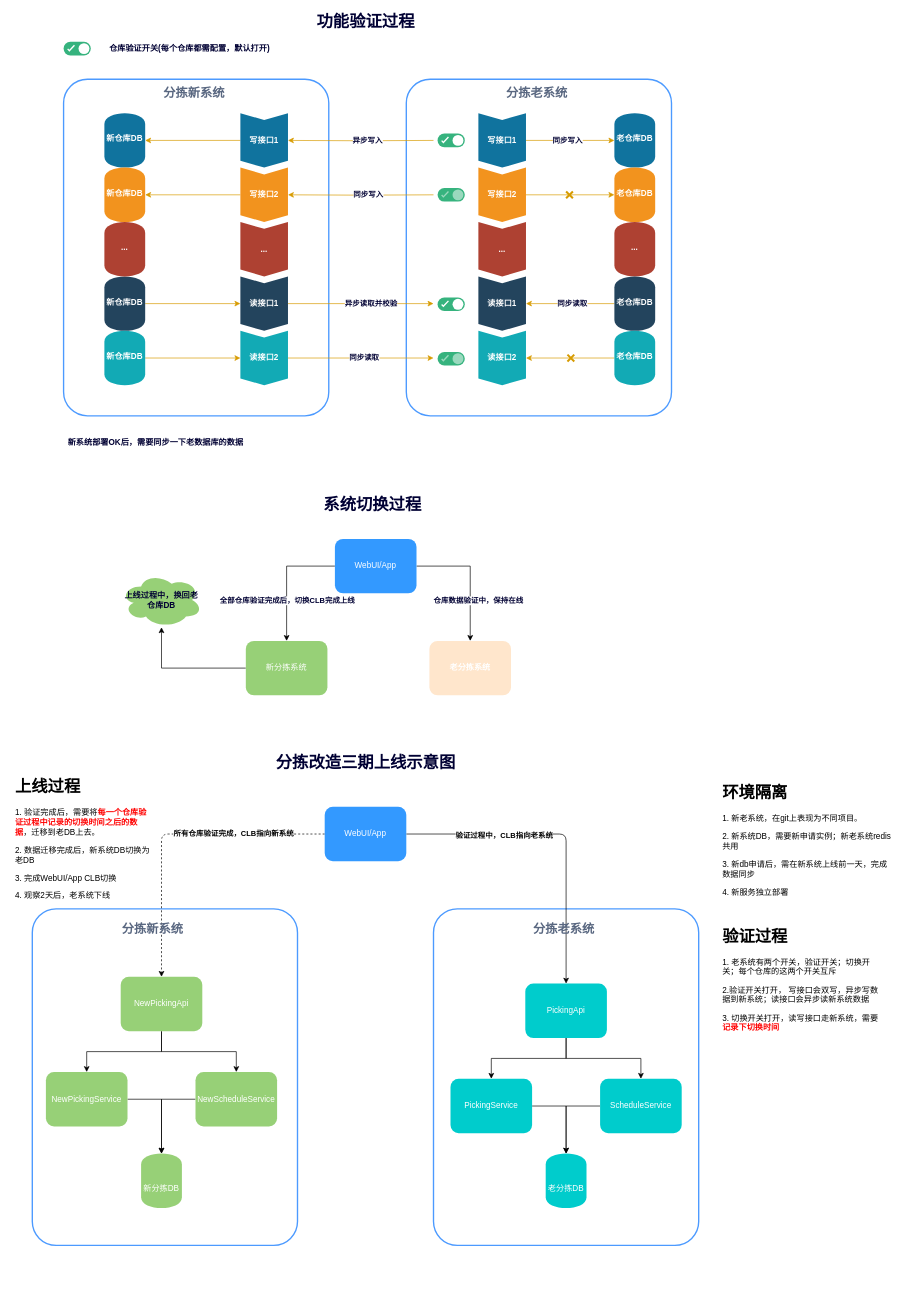
The draw.io diagram 分拣三期切换.drawio in frakaka/mybatis-3, before the edit. Source tidied: cells renumbered, new cells numbered last; positions are measured from the earlier drawing's top-left corner, leaving out a move shared by most shapes. Both pictures are drawn from the tidied source at 68%, with x=0, y=0 at pixel (12, 12).
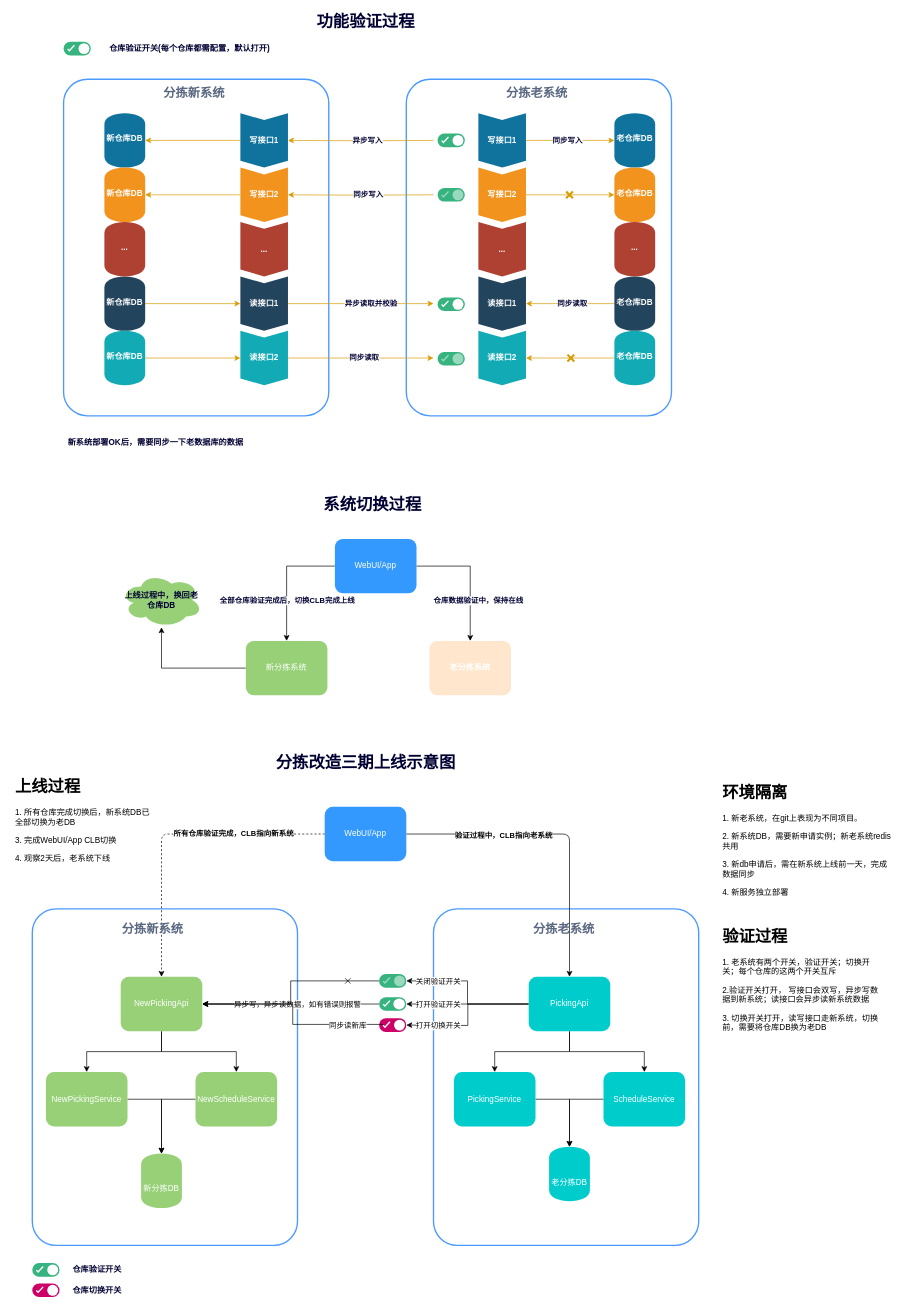
After the change.

Commit message:
Update 分拣三期切换.drawio

The change refers to these unchanged cells:
```xml
<mxCell id="84" value="NewPickingApi" style="shape=ext;rounded=1;html=1;whiteSpace=wrap;fillColor=#97D077;fontColor=#FFFFFF;strokeColor=none;" parent="1" vertex="1">
  <mxGeometry x="160" y="1419" width="120" height="80" as="geometry" />
</mxCell>
```

Diff of the diagram source:
```diff
@@
+    <mxCell id="103" style="edgeStyle=orthogonalEdgeStyle;rounded=0;jettySize=auto;html=1;entryX=1;entryY=0.5;entryDx=0;entryDy=0;" parent="1" edge="1" source="91" target="119">
+      <mxGeometry relative="1" as="geometry" />
+    </mxCell>
+    <mxCell id="104" value="打开验证开关" style="edgeLabel;html=1;align=center;verticalAlign=middle;" parent="103" vertex="1">
+      <mxGeometry x="0.24" y="3" relative="1" as="geometry">
+        <mxPoint x="-22" y="-3" as="offset" />
+      </mxGeometry>
+    </mxCell>
+    <mxCell id="105" style="edgeStyle=orthogonalEdgeStyle;rounded=0;jettySize=auto;html=1;entryX=1;entryY=0.5;entryDx=0;entryDy=0;" parent="1" edge="1" source="91" target="123">
+      <mxGeometry relative="1" as="geometry" />
+    </mxCell>
+    <mxCell id="106" value="关闭验证开关" style="edgeLabel;html=1;align=center;verticalAlign=middle;" parent="105" vertex="1">
+      <mxGeometry x="0.69" relative="1" as="geometry">
+        <mxPoint x="13" as="offset" />
+      </mxGeometry>
+    </mxCell>
+    <mxCell id="107" style="edgeStyle=orthogonalEdgeStyle;rounded=0;jettySize=auto;html=1;" parent="1" edge="1" source="91">
+      <mxGeometry relative="1" as="geometry">
+        <mxPoint x="580" y="1490" as="targetPoint" />
+      </mxGeometry>
+    </mxCell>
+    <mxCell id="108" value="打开切换开关" style="edgeLabel;html=1;align=center;verticalAlign=middle;" parent="107" vertex="1">
+      <mxGeometry x="0.75" y="-1" relative="1" as="geometry">
+        <mxPoint x="20" y="1" as="offset" />
+      </mxGeometry>
+    </mxCell>
     <mxCell id="91" value="PickingApi" style="shape=ext;rounded=1;html=1;whiteSpace=wrap;fontColor=#FFFFFF;strokeColor=none;fillColor=#00CCCC;" parent="1" vertex="1">
-      <mxGeometry x="755" y="1429" width="120" height="80" as="geometry" />
+      <mxGeometry x="760" y="1419" width="120" height="80" as="geometry" />
     </mxCell>
@@
     <mxCell id="93" value="PickingService" style="shape=ext;rounded=1;html=1;whiteSpace=wrap;fontColor=#FFFFFF;strokeColor=none;fillColor=#00CCCC;" parent="1" vertex="1">
-      <mxGeometry x="645" y="1569" width="120" height="80" as="geometry" />
+      <mxGeometry x="650" y="1559" width="120" height="80" as="geometry" />
     </mxCell>
@@
     <mxCell id="95" value="ScheduleService" style="shape=ext;rounded=1;html=1;whiteSpace=wrap;fontColor=#FFFFFF;strokeColor=none;fillColor=#00CCCC;" parent="1" vertex="1">
-      <mxGeometry x="865" y="1569" width="120" height="80" as="geometry" />
+      <mxGeometry x="870" y="1559" width="120" height="80" as="geometry" />
     </mxCell>
     <mxCell id="96" value="老分拣DB" style="shape=cylinder;whiteSpace=wrap;html=1;boundedLbl=1;backgroundOutline=1;rounded=1;fontColor=#FFFFFF;strokeColor=none;fillColor=#00CCCC;" parent="1" vertex="1">
-      <mxGeometry x="785" y="1679" width="60" height="80" as="geometry" />
+      <mxGeometry x="790" y="1669" width="60" height="80" as="geometry" />
     </mxCell>
@@
-    <mxCell id="99" value="&lt;h1&gt;验证过程&lt;/h1&gt;&lt;p&gt;1. 老系统有两个开关，验证开关；切换开关；每个仓库的这两个开关互斥&lt;/p&gt;&lt;p&gt;2.验证开关打开， 写接口会双写，异步写数据到新系统；读接口会异步读新系统数据&lt;/p&gt;&lt;p&gt;3. 切换开关打开，读写接口走新系统，需要&lt;b&gt;&lt;font color=&quot;#ff0000&quot;&gt;记录下切换时间&lt;/font&gt;&lt;/b&gt;&lt;/p&gt;&lt;p&gt;&lt;br&gt;&lt;/p&gt;&lt;p&gt;&lt;br&gt;&lt;/p&gt;" style="text;html=1;strokeColor=none;fillColor=none;spacing=5;spacingTop=-20;whiteSpace=wrap;overflow=hidden;rounded=0;" parent="1" vertex="1">
+    <mxCell id="99" value="&lt;h1&gt;验证过程&lt;/h1&gt;&lt;p&gt;1. 老系统有两个开关，验证开关；切换开关；每个仓库的这两个开关互斥&lt;/p&gt;&lt;p&gt;2.验证开关打开， 写接口会双写，异步写数据到新系统；读接口会异步读新系统数据&lt;/p&gt;&lt;p&gt;3. 切换开关打开，读写接口走新系统，切换前，需要将仓库DB换为老DB&lt;/p&gt;&lt;p&gt;&lt;br&gt;&lt;/p&gt;&lt;p&gt;&lt;br&gt;&lt;/p&gt;" style="text;html=1;strokeColor=none;fillColor=none;spacing=5;spacingTop=-20;whiteSpace=wrap;overflow=hidden;rounded=0;" parent="1" vertex="1">
       <mxGeometry x="1040" y="1340" width="240" height="170" as="geometry" />
     </mxCell>
-    <mxCell id="100" value="&lt;h1&gt;上线过程&lt;/h1&gt;&lt;p&gt;1. 验证完成后，需要将&lt;b&gt;&lt;font color=&quot;#ff0000&quot;&gt;每一个仓库验证过程中记录的切换时间之后的数据&lt;/font&gt;&lt;/b&gt;，迁移到老DB上去。&lt;/p&gt;&lt;p&gt;2. 数据迁移完成后，新系统DB切换为老DB&lt;/p&gt;&lt;p&gt;3. 完成WebUI/App CLB切换&lt;/p&gt;&lt;p&gt;4. 观察2天后，老系统下线&lt;/p&gt;" style="text;html=1;strokeColor=none;fillColor=none;spacing=5;spacingTop=-20;whiteSpace=wrap;overflow=hidden;rounded=0;" parent="1" vertex="1">
+    <mxCell id="100" value="&lt;h1&gt;上线过程&lt;/h1&gt;&lt;p&gt;&lt;span&gt;1. 所有仓库完成切换后，新系统DB已全部切换为老DB&lt;/span&gt;&lt;br&gt;&lt;/p&gt;&lt;p&gt;3. 完成WebUI/App CLB切换&lt;/p&gt;&lt;p&gt;4. 观察2天后，老系统下线&lt;/p&gt;" style="text;html=1;strokeColor=none;fillColor=none;spacing=5;spacingTop=-20;whiteSpace=wrap;overflow=hidden;rounded=0;" parent="1" vertex="1">
       <mxGeometry y="1120" width="210" height="200" as="geometry" />
     </mxCell>
@@
+    <mxCell id="109" style="fillColor=#36B37E;strokeColor=none;rounded=1;arcSize=50;fontColor=#000033;" parent="1" vertex="1">
+      <mxGeometry x="30" y="1840" width="40" height="20" as="geometry" />
+    </mxCell>
+    <mxCell id="110" style="shape=ellipse;strokeColor=none;fillColor=#ffffff;" parent="109" vertex="1">
+      <mxGeometry x="1" y="0.5" width="16" height="16" relative="1" as="geometry">
+        <mxPoint x="-18" y="-8" as="offset" />
+      </mxGeometry>
+    </mxCell>
+    <mxCell id="111" style="html=1;shadow=0;dashed=0;shape=mxgraph.atlassian.check;strokeColor=#ffffff;strokeWidth=2;" parent="109" vertex="1">
+      <mxGeometry y="0.5" width="10" height="8" relative="1" as="geometry">
+        <mxPoint x="6" y="-5" as="offset" />
+      </mxGeometry>
+    </mxCell>
+    <mxCell id="112" value="仓库验证开关" style="text;html=1;align=center;verticalAlign=middle;fontColor=#000033;fontStyle=1;" parent="1" vertex="1">
+      <mxGeometry x="80" y="1840" width="90" height="20" as="geometry" />
+    </mxCell>
+    <mxCell id="113" style="strokeColor=none;rounded=1;arcSize=50;fontColor=#000033;fillColor=#CC0066;" parent="1" vertex="1">
+      <mxGeometry x="30" y="1870" width="40" height="20" as="geometry" />
+    </mxCell>
+    <mxCell id="114" style="shape=ellipse;strokeColor=none;fillColor=#ffffff;" parent="113" vertex="1">
+      <mxGeometry x="1" y="0.5" width="16" height="16" relative="1" as="geometry">
+        <mxPoint x="-18" y="-8" as="offset" />
+      </mxGeometry>
+    </mxCell>
+    <mxCell id="115" style="html=1;shadow=0;dashed=0;shape=mxgraph.atlassian.check;strokeColor=#ffffff;strokeWidth=2;" parent="113" vertex="1">
+      <mxGeometry y="0.5" width="10" height="8" relative="1" as="geometry">
+        <mxPoint x="6" y="-5" as="offset" />
+      </mxGeometry>
+    </mxCell>
+    <mxCell id="116" value="仓库切换开关" style="text;html=1;align=center;verticalAlign=middle;fontColor=#000033;fontStyle=1;" parent="1" vertex="1">
+      <mxGeometry x="80" y="1870" width="90" height="20" as="geometry" />
+    </mxCell>
+    <mxCell id="117" style="edgeStyle=orthogonalEdgeStyle;rounded=0;jettySize=auto;html=1;" parent="1" edge="1" source="119" target="84">
+      <mxGeometry relative="1" as="geometry" />
+    </mxCell>
+    <mxCell id="118" value="异步写，异步读数据，如有错误则报警" style="edgeLabel;html=1;align=center;verticalAlign=middle;" parent="117" vertex="1">
+      <mxGeometry x="-0.35" relative="1" as="geometry">
+        <mxPoint x="-36" as="offset" />
+      </mxGeometry>
+    </mxCell>
+    <mxCell id="119" style="fillColor=#36B37E;strokeColor=none;rounded=1;arcSize=50;fontColor=#000033;" parent="1" vertex="1">
+      <mxGeometry x="540" y="1449" width="40" height="20" as="geometry" />
+    </mxCell>
+    <mxCell id="120" style="shape=ellipse;strokeColor=none;fillColor=#ffffff;" parent="119" vertex="1">
+      <mxGeometry x="1" y="0.5" width="17" height="16" relative="1" as="geometry">
+        <mxPoint x="-19" y="-8" as="offset" />
+      </mxGeometry>
+    </mxCell>
+    <mxCell id="121" style="html=1;shadow=0;dashed=0;shape=mxgraph.atlassian.check;strokeColor=#ffffff;strokeWidth=2;" parent="119" vertex="1">
+      <mxGeometry y="0.5" width="10" height="8" relative="1" as="geometry">
+        <mxPoint x="6" y="-5" as="offset" />
+      </mxGeometry>
+    </mxCell>
+    <mxCell id="122" style="edgeStyle=orthogonalEdgeStyle;rounded=0;jettySize=auto;html=1;entryX=1;entryY=0.5;entryDx=0;entryDy=0;" parent="1" edge="1" source="123" target="84">
+      <mxGeometry relative="1" as="geometry" />
+    </mxCell>
+    <mxCell id="123" style="fillColor=#36B37E;strokeColor=none;rounded=1;arcSize=50;fontColor=#000033;" parent="1" vertex="1">
+      <mxGeometry x="540" y="1415" width="40" height="20" as="geometry" />
+    </mxCell>
+    <mxCell id="124" style="shape=ellipse;strokeColor=none;fillColor=#9AD9BE;" parent="123" vertex="1">
+      <mxGeometry x="1" y="0.5" width="16" height="16" relative="1" as="geometry">
+        <mxPoint x="-18" y="-8" as="offset" />
+      </mxGeometry>
+    </mxCell>
+    <mxCell id="125" style="html=1;shadow=0;dashed=0;shape=mxgraph.atlassian.check;strokeColor=#9AD9BE;strokeWidth=2;" parent="123" vertex="1">
+      <mxGeometry y="0.5" width="10" height="8" relative="1" as="geometry">
+        <mxPoint x="6" y="-5" as="offset" />
+      </mxGeometry>
+    </mxCell>
+    <mxCell id="126" style="shape=umlDestroy;whiteSpace=wrap;html=1;strokeWidth=1;fillColor=#ffe6cc;" parent="1" vertex="1">
+      <mxGeometry x="490" y="1421" width="8" height="8" as="geometry" />
+    </mxCell>
+    <mxCell id="127" style="strokeColor=none;rounded=1;arcSize=50;fontColor=#000033;fillColor=#CC0066;" parent="1" vertex="1">
+      <mxGeometry x="540" y="1480" width="40" height="20" as="geometry" />
+    </mxCell>
+    <mxCell id="128" style="shape=ellipse;strokeColor=none;fillColor=#ffffff;" parent="127" vertex="1">
+      <mxGeometry x="1" y="0.5" width="16" height="16" relative="1" as="geometry">
+        <mxPoint x="-18" y="-8" as="offset" />
+      </mxGeometry>
+    </mxCell>
+    <mxCell id="129" style="html=1;shadow=0;dashed=0;shape=mxgraph.atlassian.check;strokeColor=#ffffff;strokeWidth=2;" parent="127" vertex="1">
+      <mxGeometry y="0.5" width="10" height="8" relative="1" as="geometry">
+        <mxPoint x="6" y="-5" as="offset" />
+      </mxGeometry>
+    </mxCell>
+    <mxCell id="130" style="edgeStyle=orthogonalEdgeStyle;rounded=0;jettySize=auto;html=1;entryX=1;entryY=0.5;entryDx=0;entryDy=0;" parent="127" edge="1" source="129" target="84">
+      <mxGeometry relative="1" as="geometry" />
+    </mxCell>
+    <mxCell id="131" value="同步读新库" style="edgeLabel;html=1;align=center;verticalAlign=middle;" parent="130" vertex="1">
+      <mxGeometry x="-0.3" y="-3" relative="1" as="geometry">
+        <mxPoint x="51" y="4" as="offset" />
+      </mxGeometry>
+    </mxCell>
```
